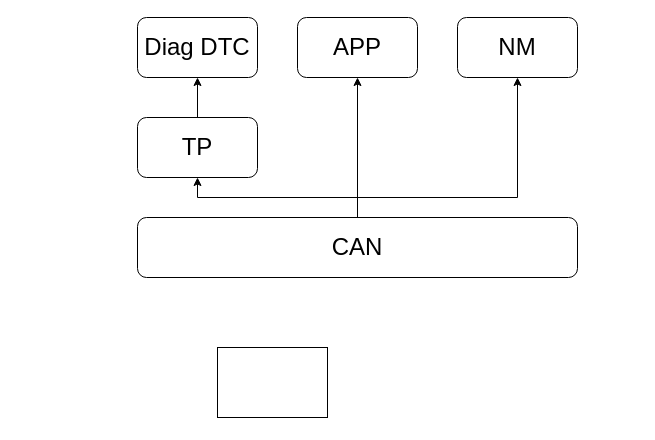
This is 未命名绘图.drawio from Jorgen7062/flow_chart, a draw.io file, before an edit. Source tidied: cells renumbered, new cells numbered last; positions are measured from the earlier drawing's top-left corner, leaving out a move shared by most shapes. Both pictures are drawn from the tidied source at 100%, with x=0, y=0 at pixel (137, 17).
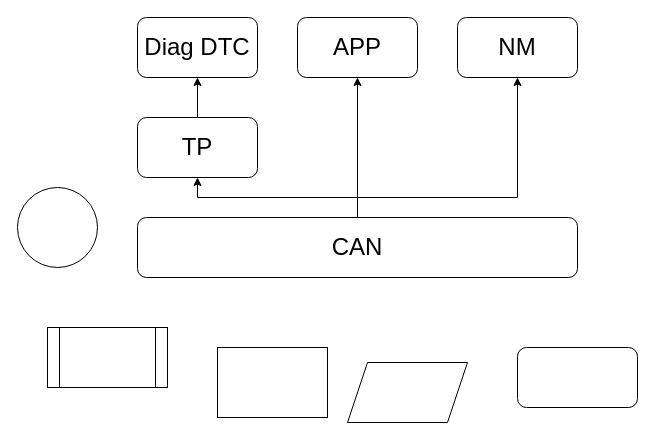
The same page after the edit.

Change to the diagram source:
```diff
@@
 <mxGraphModel>
   <root>
     <mxCell id="0" />
     <mxCell id="1" parent="0" />
     <mxCell id="2" style="edgeStyle=orthogonalEdgeStyle;rounded=0;jettySize=auto;html=1;entryX=0.5;entryY=1;entryDx=0;entryDy=0;fontSize=24;" parent="1" edge="1" source="5" target="7">
       <mxGeometry relative="1" as="geometry" />
     </mxCell>
     <mxCell id="3" style="edgeStyle=orthogonalEdgeStyle;rounded=0;jettySize=auto;html=1;entryX=0.5;entryY=1;entryDx=0;entryDy=0;fontSize=24;" parent="1" edge="1" source="5" target="9">
       <mxGeometry relative="1" as="geometry" />
     </mxCell>
     <mxCell id="4" style="edgeStyle=orthogonalEdgeStyle;rounded=0;jettySize=auto;html=1;entryX=0.5;entryY=1;entryDx=0;entryDy=0;fontSize=24;" parent="1" edge="1" source="5" target="10">
       <mxGeometry relative="1" as="geometry">
         <Array as="points">
           <mxPoint x="220" y="180" />
           <mxPoint x="380" y="180" />
         </Array>
       </mxGeometry>
     </mxCell>
     <mxCell id="5" value="CAN" style="rounded=1;whiteSpace=wrap;html=1;fontSize=24;" parent="1" vertex="1">
       <mxGeometry y="200" width="440" height="60" as="geometry" />
     </mxCell>
     <mxCell id="6" style="edgeStyle=orthogonalEdgeStyle;rounded=0;jettySize=auto;html=1;fontSize=24;" parent="1" edge="1" source="7" target="8">
       <mxGeometry relative="1" as="geometry" />
     </mxCell>
     <mxCell id="7" value="TP" style="rounded=1;whiteSpace=wrap;html=1;fontSize=24;" parent="1" vertex="1">
       <mxGeometry y="100" width="120" height="60" as="geometry" />
     </mxCell>
     <mxCell id="8" value="Diag DTC" style="rounded=1;whiteSpace=wrap;html=1;fontSize=24;" parent="1" vertex="1">
       <mxGeometry width="120" height="60" as="geometry" />
     </mxCell>
     <mxCell id="9" value="APP" style="rounded=1;whiteSpace=wrap;html=1;fontSize=24;" parent="1" vertex="1">
       <mxGeometry x="160" width="120" height="60" as="geometry" />
     </mxCell>
     <mxCell id="10" value="NM" style="rounded=1;whiteSpace=wrap;html=1;fontSize=24;" parent="1" vertex="1">
       <mxGeometry x="320" width="120" height="60" as="geometry" />
     </mxCell>
     <mxCell id="11" style="rounded=0;whiteSpace=wrap;html=1;" parent="1" vertex="1">
       <mxGeometry x="80" y="330" width="110" height="70" as="geometry" />
     </mxCell>
+    <mxCell id="12" style="rounded=1;whiteSpace=wrap;html=1;" parent="1" vertex="1">
+      <mxGeometry x="380" y="330" width="120" height="60" as="geometry" />
+    </mxCell>
+    <mxCell id="13" style="shape=parallelogram;perimeter=parallelogramPerimeter;whiteSpace=wrap;html=1;fixedSize=1;" parent="1" vertex="1">
+      <mxGeometry x="210" y="345" width="120" height="60" as="geometry" />
+    </mxCell>
+    <mxCell id="14" style="ellipse;whiteSpace=wrap;html=1;" parent="1" vertex="1">
+      <mxGeometry x="-120" y="170" width="80" height="80" as="geometry" />
+    </mxCell>
+    <mxCell id="15" style="shape=process;whiteSpace=wrap;html=1;backgroundOutline=1;" parent="1" vertex="1">
+      <mxGeometry x="-90" y="310" width="120" height="60" as="geometry" />
+    </mxCell>
   </root>
 </mxGraphModel>
```
